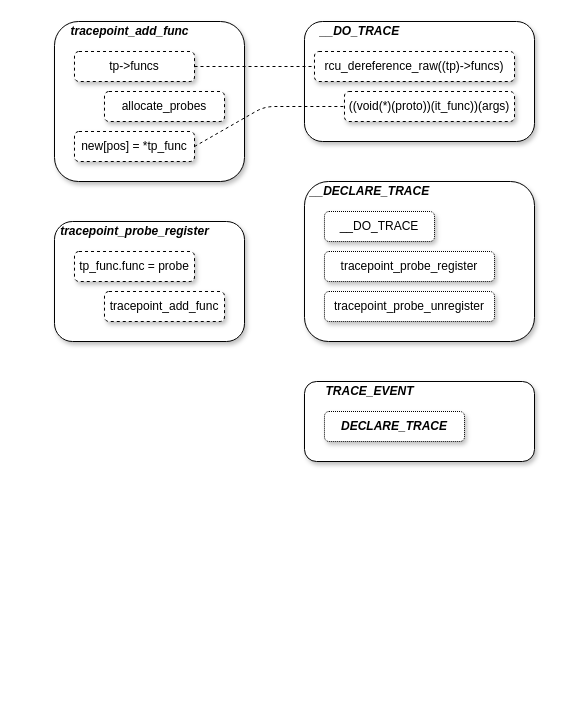
Earlier version of the draw.io diagram tracepoint.drawio (AirbornWdd/doc). Source tidied: cells renumbered, new cells numbered last; positions are measured from the earlier drawing's top-left corner, leaving out a move shared by most shapes. Both pictures are drawn from the tidied source at 100%, with x=0, y=0 at pixel (54, 21).
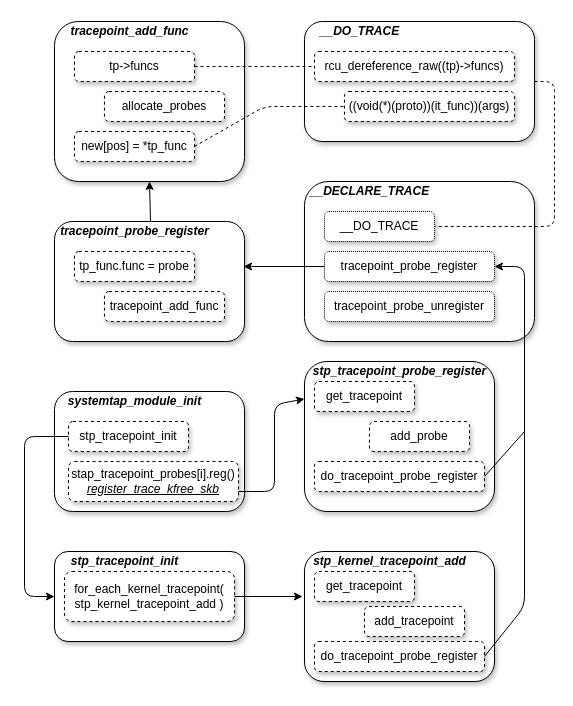
The same page after the edit.

The change refers to these unchanged cells:
```xml
<mxCell id="2" style="rounded=1;whiteSpace=wrap;html=1;shadow=1;" parent="1" vertex="1">
  <mxGeometry y="200" width="190" height="120" as="geometry" />
</mxCell>
<mxCell id="3" value="&lt;b&gt;&lt;i&gt;tracepoint_probe_register&lt;/i&gt;&lt;/b&gt;" style="text;html=1;align=center;verticalAlign=middle;points=[];" parent="1" vertex="1">
  <mxGeometry y="200" width="160" height="20" as="geometry" />
</mxCell>
<mxCell id="6" style="rounded=1;whiteSpace=wrap;html=1;shadow=1;" parent="1" vertex="1">
  <mxGeometry width="190" height="160" as="geometry" />
</mxCell>
<mxCell id="11" style="rounded=1;whiteSpace=wrap;html=1;shadow=1;" parent="1" vertex="1">
  <mxGeometry x="250" width="230" height="120" as="geometry" />
</mxCell>
<mxCell id="17" value="__DO_TRACE" style="rounded=1;whiteSpace=wrap;html=1;shadow=1;dashed=1;dashPattern=1 1;" parent="1" vertex="1">
  <mxGeometry x="270" y="190" width="110" height="30" as="geometry" />
</mxCell>
<mxCell id="18" value="tracepoint_probe_register" style="rounded=1;whiteSpace=wrap;html=1;shadow=1;dashed=1;dashPattern=1 1;" parent="1" vertex="1">
  <mxGeometry x="270" y="230" width="170" height="30" as="geometry" />
</mxCell>
```

Change to the diagram source:
```diff
@@
-    <mxCell id="22" style="rounded=1;whiteSpace=wrap;html=1;shadow=1;" parent="1" vertex="1">
-      <mxGeometry x="250" y="360" width="230" height="80" as="geometry" />
-    </mxCell>
-    <mxCell id="23" value="&lt;b&gt;&lt;i&gt;TRACE_EVENT&lt;/i&gt;&lt;/b&gt;" style="text;html=1;align=center;verticalAlign=middle;" parent="1" vertex="1">
-      <mxGeometry x="265" y="360" width="100" height="20" as="geometry" />
-    </mxCell>
-    <mxCell id="24" value="&lt;b&gt;&lt;i&gt;DECLARE_TRACE&lt;/i&gt;&lt;/b&gt;" style="rounded=1;whiteSpace=wrap;html=1;shadow=1;dashed=1;dashPattern=1 1;" parent="1" vertex="1">
-      <mxGeometry x="270" y="390" width="140" height="30" as="geometry" />
-    </mxCell>
+    <mxCell id="25" style="rounded=1;whiteSpace=wrap;html=1;shadow=1;" parent="1" vertex="1">
+      <mxGeometry y="370" width="190" height="120" as="geometry" />
+    </mxCell>
+    <mxCell id="26" value="&lt;b&gt;&lt;i&gt;systemtap_module_init&lt;/i&gt;&lt;/b&gt;" style="text;html=1;align=center;verticalAlign=middle;" parent="1" vertex="1">
+      <mxGeometry x="5" y="370" width="150" height="20" as="geometry" />
+    </mxCell>
+    <mxCell id="27" value="stp_tracepoint_init" style="rounded=1;whiteSpace=wrap;html=1;shadow=1;dashed=1;" parent="1" vertex="1">
+      <mxGeometry x="14" y="400" width="120" height="30" as="geometry" />
+    </mxCell>
+    <mxCell id="28" value="stap_tracepoint_probes[i].reg()&lt;br&gt;&lt;i&gt;&lt;u&gt;register_trace_kfree_skb&lt;/u&gt;&lt;/i&gt;" style="rounded=1;whiteSpace=wrap;html=1;shadow=1;dashed=1;" parent="1" vertex="1">
+      <mxGeometry x="14" y="440" width="170" height="40" as="geometry" />
+    </mxCell>
+    <mxCell id="29" style="endArrow=classic;html=1;entryX=0.5;entryY=1;entryDx=0;entryDy=0;exitX=0.6;exitY=0;exitDx=0;exitDy=0;exitPerimeter=0;" parent="1" edge="1" source="3" target="6">
+      <mxGeometry relative="1" as="geometry" />
+    </mxCell>
+    <mxCell id="30" style="rounded=1;whiteSpace=wrap;html=1;shadow=1;" parent="1" vertex="1">
+      <mxGeometry x="250" y="530" width="190" height="130" as="geometry" />
+    </mxCell>
+    <mxCell id="31" value="&lt;b&gt;&lt;i&gt;stp_kernel_tracepoint_add&lt;/i&gt;&lt;/b&gt;" style="text;html=1;align=center;verticalAlign=middle;" parent="1" vertex="1">
+      <mxGeometry x="250" y="530" width="170" height="20" as="geometry" />
+    </mxCell>
+    <mxCell id="32" value="get_tracepoint" style="rounded=1;whiteSpace=wrap;html=1;shadow=1;dashed=1;" parent="1" vertex="1">
+      <mxGeometry x="260" y="550" width="100" height="30" as="geometry" />
+    </mxCell>
+    <mxCell id="33" style="endArrow=none;html=1;entryX=0;entryY=0.5;entryDx=0;entryDy=0;exitX=0.995;exitY=0.375;exitDx=0;exitDy=0;exitPerimeter=0;startArrow=classic;startFill=1;" parent="1" edge="1" source="2" target="18">
+      <mxGeometry relative="1" as="geometry" />
+    </mxCell>
+    <mxCell id="34" style="endArrow=none;dashed=1;html=1;entryX=1;entryY=0.5;entryDx=0;entryDy=0;exitX=1;exitY=0.5;exitDx=0;exitDy=0;" parent="1" edge="1" source="11" target="17">
+      <mxGeometry relative="1" as="geometry">
+        <Array as="points">
+          <mxPoint x="500" y="60" />
+          <mxPoint x="500" y="205" />
+        </Array>
+      </mxGeometry>
+    </mxCell>
+    <mxCell id="35" style="endArrow=classic;html=1;entryX=0;entryY=0.25;entryDx=0;entryDy=0;exitX=1;exitY=0.75;exitDx=0;exitDy=0;" parent="1" edge="1" source="28" target="40">
+      <mxGeometry relative="1" as="geometry">
+        <Array as="points">
+          <mxPoint x="220" y="470" />
+          <mxPoint x="220" y="383" />
+        </Array>
+      </mxGeometry>
+    </mxCell>
+    <mxCell id="36" style="rounded=1;whiteSpace=wrap;html=1;shadow=1;" parent="1" vertex="1">
+      <mxGeometry y="530" width="190" height="90" as="geometry" />
+    </mxCell>
+    <mxCell id="37" value="&lt;span&gt;&lt;b&gt;&lt;i&gt;stp_tracepoint_init&lt;/i&gt;&lt;/b&gt;&lt;/span&gt;" style="text;html=1;align=center;verticalAlign=middle;" parent="1" vertex="1">
+      <mxGeometry x="10" y="530" width="120" height="20" as="geometry" />
+    </mxCell>
+    <mxCell id="38" value="for_each_kernel_tracepoint(&lt;br&gt;stp_kernel_tracepoint_add )" style="rounded=1;whiteSpace=wrap;html=1;shadow=1;dashed=1;" parent="1" vertex="1">
+      <mxGeometry x="10" y="550" width="170" height="50" as="geometry" />
+    </mxCell>
+    <mxCell id="39" value="add_tracepoint" style="rounded=1;whiteSpace=wrap;html=1;shadow=1;dashed=1;" parent="1" vertex="1">
+      <mxGeometry x="310" y="585" width="100" height="30" as="geometry" />
+    </mxCell>
+    <mxCell id="40" style="rounded=1;whiteSpace=wrap;html=1;shadow=1;" parent="1" vertex="1">
+      <mxGeometry x="250" y="340" width="190" height="150" as="geometry" />
+    </mxCell>
+    <mxCell id="41" value="&lt;b&gt;&lt;i&gt;stp_tracepoint_probe_register&lt;/i&gt;&lt;/b&gt;" style="text;html=1;align=center;verticalAlign=middle;" parent="1" vertex="1">
+      <mxGeometry x="250" y="340" width="190" height="20" as="geometry" />
+    </mxCell>
+    <mxCell id="42" value="get_tracepoint" style="rounded=1;whiteSpace=wrap;html=1;shadow=1;dashed=1;" parent="1" vertex="1">
+      <mxGeometry x="260" y="360" width="100" height="30" as="geometry" />
+    </mxCell>
+    <mxCell id="43" value="add_probe" style="rounded=1;whiteSpace=wrap;html=1;shadow=1;dashed=1;" parent="1" vertex="1">
+      <mxGeometry x="315" y="400" width="100" height="30" as="geometry" />
+    </mxCell>
+    <mxCell id="44" value="do_tracepoint_probe_register" style="rounded=1;whiteSpace=wrap;html=1;shadow=1;dashed=1;" parent="1" vertex="1">
+      <mxGeometry x="260" y="620" width="170" height="30" as="geometry" />
+    </mxCell>
+    <mxCell id="45" style="endArrow=classic;html=1;entryX=1;entryY=0.5;entryDx=0;entryDy=0;exitX=1;exitY=0.5;exitDx=0;exitDy=0;" parent="1" edge="1" source="44" target="18">
+      <mxGeometry relative="1" as="geometry">
+        <Array as="points">
+          <mxPoint x="470" y="585" />
+          <mxPoint x="470" y="245" />
+        </Array>
+      </mxGeometry>
+    </mxCell>
+    <mxCell id="46" value="do_tracepoint_probe_register" style="rounded=1;whiteSpace=wrap;html=1;shadow=1;dashed=1;" parent="1" vertex="1">
+      <mxGeometry x="260" y="440" width="170" height="30" as="geometry" />
+    </mxCell>
+    <mxCell id="47" style="endArrow=none;html=1;exitX=1;exitY=0.5;exitDx=0;exitDy=0;" parent="1" edge="1" source="46">
+      <mxGeometry relative="1" as="geometry">
+        <mxPoint x="470" y="410" as="targetPoint" />
+      </mxGeometry>
+    </mxCell>
+    <mxCell id="48" style="endArrow=classic;html=1;exitX=0;exitY=0.5;exitDx=0;exitDy=0;entryX=0;entryY=0.5;entryDx=0;entryDy=0;" parent="1" edge="1" source="27" target="36">
+      <mxGeometry relative="1" as="geometry">
+        <Array as="points">
+          <mxPoint x="-30" y="415" />
+          <mxPoint x="-30" y="575" />
+        </Array>
+      </mxGeometry>
+    </mxCell>
+    <mxCell id="49" style="endArrow=classic;html=1;exitX=1;exitY=0.5;exitDx=0;exitDy=0;" parent="1" edge="1" source="38">
+      <mxGeometry relative="1" as="geometry">
+        <mxPoint x="248" y="575" as="targetPoint" />
+      </mxGeometry>
+    </mxCell>
```
